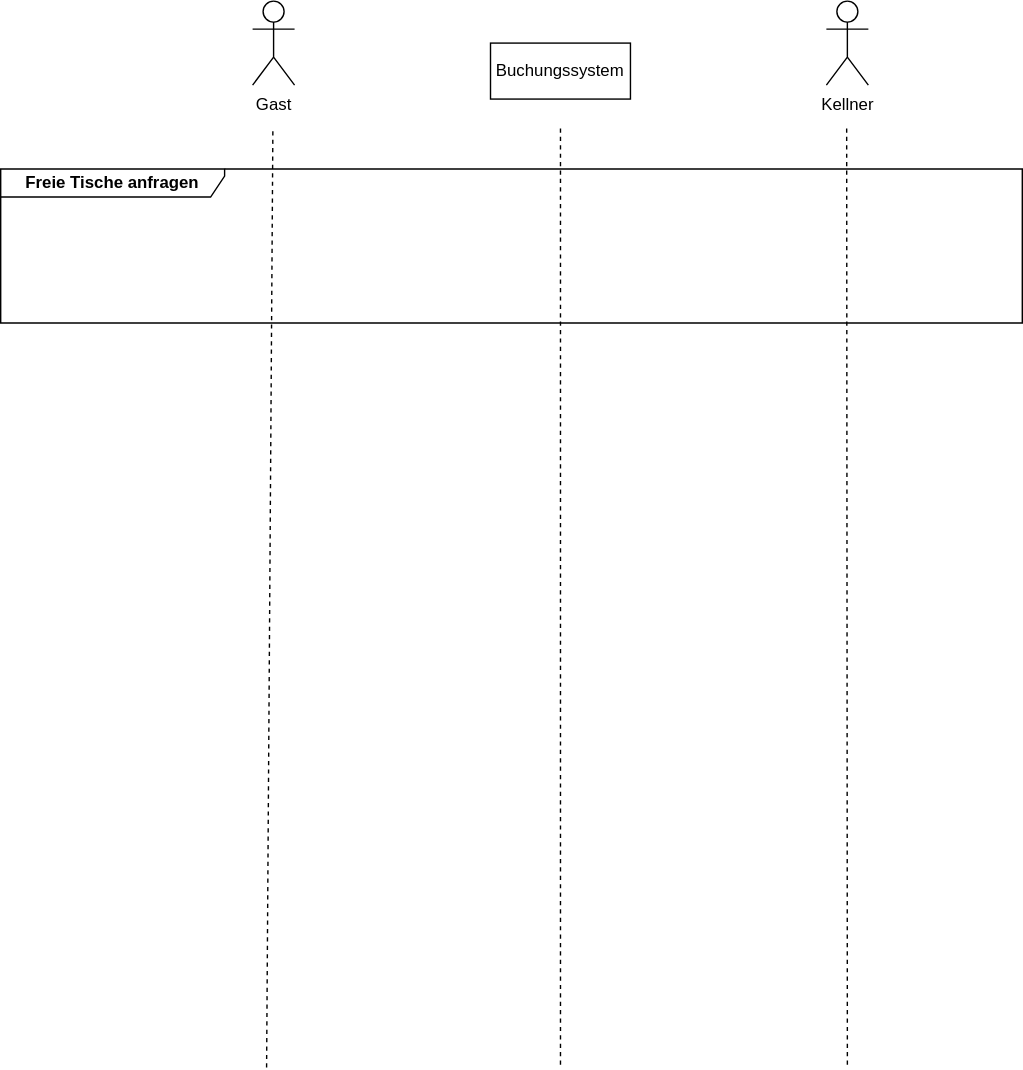
Before: diagramme/UML-Sequence.drawio.svg, a diagram exported from draw.io (FIA-GSO/tischreservierung-fi104kiesow). Source tidied: cells renumbered, new cells last; positions are measured from the earlier drawing's top-left corner, leaving out a move shared by most shapes.
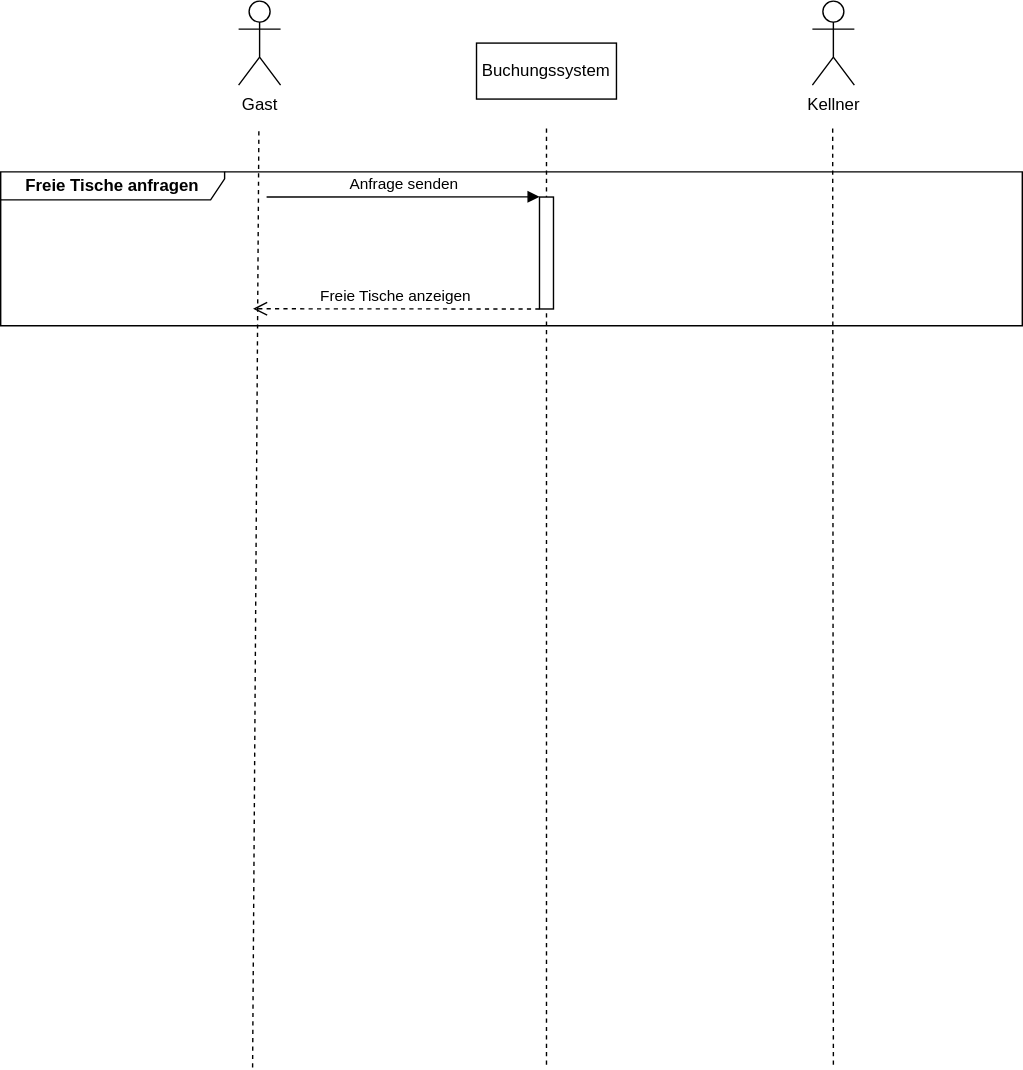
Later version of the same file.

What changed in the source:
```diff
@@ -29,6 +29,9 @@
         <mxPoint x="14.5" y="90" as="targetPoint" />
       </mxGeometry>
     </mxCell>
+    <mxCell id="12" value="&lt;b&gt;Freie Tische anfragen&lt;/b&gt;" style="shape=umlFrame;whiteSpace=wrap;html=1;width=160;height=20;" parent="1" vertex="1">
+      <mxGeometry x="10" y="122" width="730" height="110" as="geometry" />
+    </mxCell>
     <mxCell id="9" style="group;" parent="1" vertex="1">
       <mxGeometry x="350" y="30" width="100" height="730" as="geometry" />
     </mxCell>
@@ -41,8 +44,20 @@
         <mxPoint x="50" y="60" as="targetPoint" />
       </mxGeometry>
     </mxCell>
-    <mxCell id="12" value="&lt;b&gt;Freie Tische anfragen&lt;/b&gt;" style="shape=umlFrame;whiteSpace=wrap;html=1;width=160;height=20;" parent="1" vertex="1">
-      <mxGeometry y="120" width="730" height="110" as="geometry" />
-    </mxCell>
+    <mxCell id="13" style="html=1;perimeter=orthogonalPerimeter;targetShapes=umlLifeline;newEdgeStyle={&quot;edgeStyle&quot;:&quot;elbowEdgeStyle&quot;,&quot;elbow&quot;:&quot;vertical&quot;,&quot;curved&quot;:0,&quot;rounded&quot;:0};" parent="9" vertex="1">
+      <mxGeometry x="45" y="110" width="10" height="80" as="geometry" />
+    </mxCell>
+    <mxCell id="14" value="Anfrage senden" style="html=1;verticalAlign=bottom;endArrow=block;edgeStyle=elbowEdgeStyle;elbow=vertical;curved=0;rounded=0;" parent="9" edge="1">
+      <mxGeometry relative="1" as="geometry">
+        <mxPoint x="-150" y="110" as="sourcePoint" />
+        <mxPoint x="45" y="110" as="targetPoint" />
+      </mxGeometry>
+    </mxCell>
+    <mxCell id="15" value="Freie Tische anzeigen" style="html=1;verticalAlign=bottom;endArrow=open;dashed=1;endSize=8;edgeStyle=elbowEdgeStyle;elbow=vertical;curved=0;rounded=0;entryX=0.247;entryY=0.455;entryDx=0;entryDy=0;entryPerimeter=0;" parent="1" edge="1">
+      <mxGeometry x="0.01" relative="1" as="geometry">
+        <mxPoint x="395" y="220" as="sourcePoint" />
+        <mxPoint x="190.3" y="220.1" as="targetPoint" />
+      </mxGeometry>
+    </mxCell>
   </root>
 </mxGraphModel>
```
